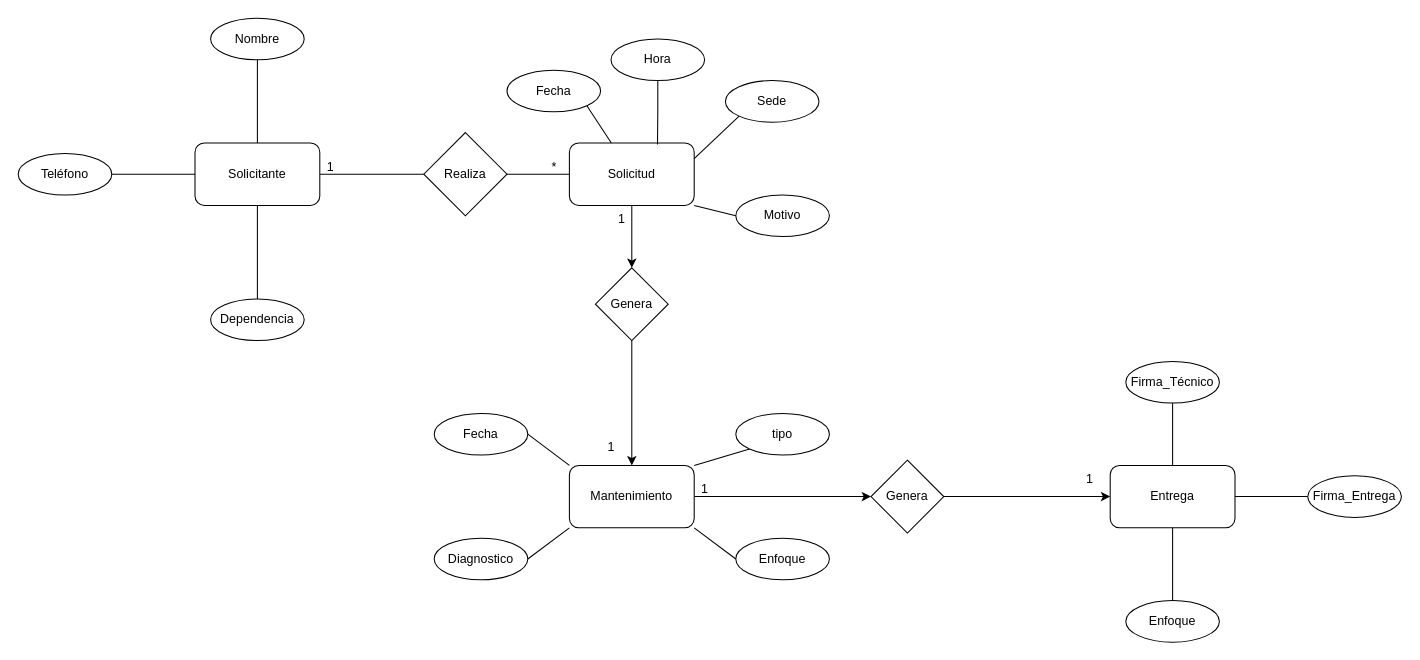
The draw.io diagram E-R Model Software and hardware maintenance.drawio in DevKike/maintenance_management_system, before the edit. Source tidied: cells renumbered, new cells numbered last; positions are measured from the earlier drawing's top-left corner, leaving out a move shared by most shapes. Both pictures are drawn from the tidied source at 104%, with x=0, y=0 at pixel (18, 18).
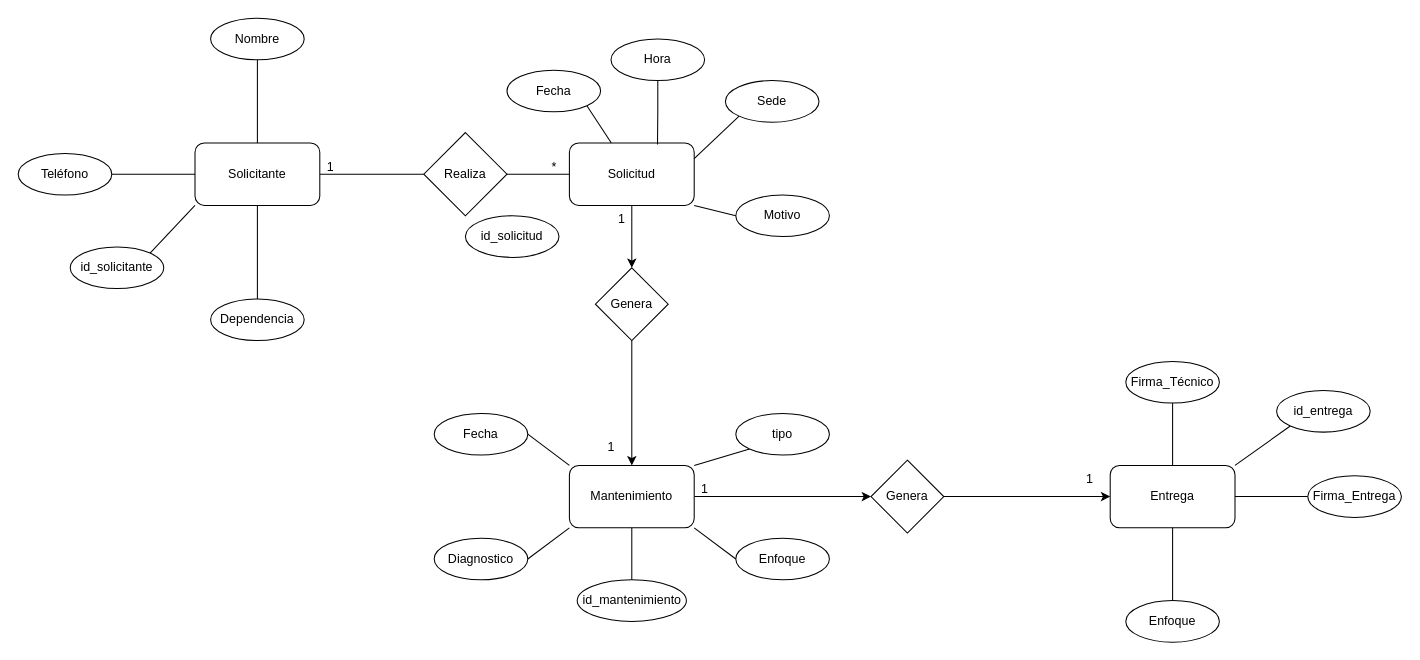
The same page after the edit.

The change refers to these unchanged cells:
```xml
<mxCell id="3" value="Solicitante" style="rounded=1;whiteSpace=wrap;html=1;" parent="1" vertex="1">
  <mxGeometry x="170" y="120" width="120" height="60" as="geometry" />
</mxCell>
<mxCell id="9" value="Mantenimiento" style="rounded=1;whiteSpace=wrap;html=1;" parent="1" vertex="1">
  <mxGeometry x="530" y="430" width="120" height="60" as="geometry" />
</mxCell>
<mxCell id="10" value="Entrega" style="rounded=1;whiteSpace=wrap;html=1;" parent="1" vertex="1">
  <mxGeometry x="1050" y="430" width="120" height="60" as="geometry" />
</mxCell>
```

The edit, as a diff of the source:
```diff
@@
+    <mxCell id="49" style="rounded=0;jettySize=auto;html=1;exitX=0;exitY=1;exitDx=0;exitDy=0;entryX=1;entryY=0;entryDx=0;entryDy=0;endArrow=none;endFill=0;" parent="1" edge="1" source="3" target="50">
+      <mxGeometry relative="1" as="geometry" />
+    </mxCell>
@@
+    <mxCell id="50" value="id_solicitante" style="ellipse;whiteSpace=wrap;html=1;" parent="1" vertex="1">
+      <mxGeometry x="50" y="220" width="90" height="40" as="geometry" />
+    </mxCell>
+    <mxCell id="51" value="id_solicitud" style="ellipse;whiteSpace=wrap;html=1;" parent="1" vertex="1">
+      <mxGeometry x="430" y="190" width="90" height="40" as="geometry" />
+    </mxCell>
+    <mxCell id="52" style="rounded=0;jettySize=auto;html=1;exitX=0.5;exitY=0;exitDx=0;exitDy=0;endArrow=none;endFill=0;" parent="1" edge="1" source="53" target="9">
+      <mxGeometry relative="1" as="geometry" />
+    </mxCell>
+    <mxCell id="53" value="id_mantenimiento" style="ellipse;whiteSpace=wrap;html=1;" parent="1" vertex="1">
+      <mxGeometry x="537.5" y="540" width="105" height="40" as="geometry" />
+    </mxCell>
+    <mxCell id="54" style="rounded=0;jettySize=auto;html=1;exitX=0;exitY=1;exitDx=0;exitDy=0;entryX=1;entryY=0;entryDx=0;entryDy=0;endArrow=none;endFill=0;" parent="1" edge="1" source="55" target="10">
+      <mxGeometry relative="1" as="geometry" />
+    </mxCell>
+    <mxCell id="55" value="id_entrega" style="ellipse;whiteSpace=wrap;html=1;" parent="1" vertex="1">
+      <mxGeometry x="1210" y="358" width="90" height="40" as="geometry" />
+    </mxCell>
```
